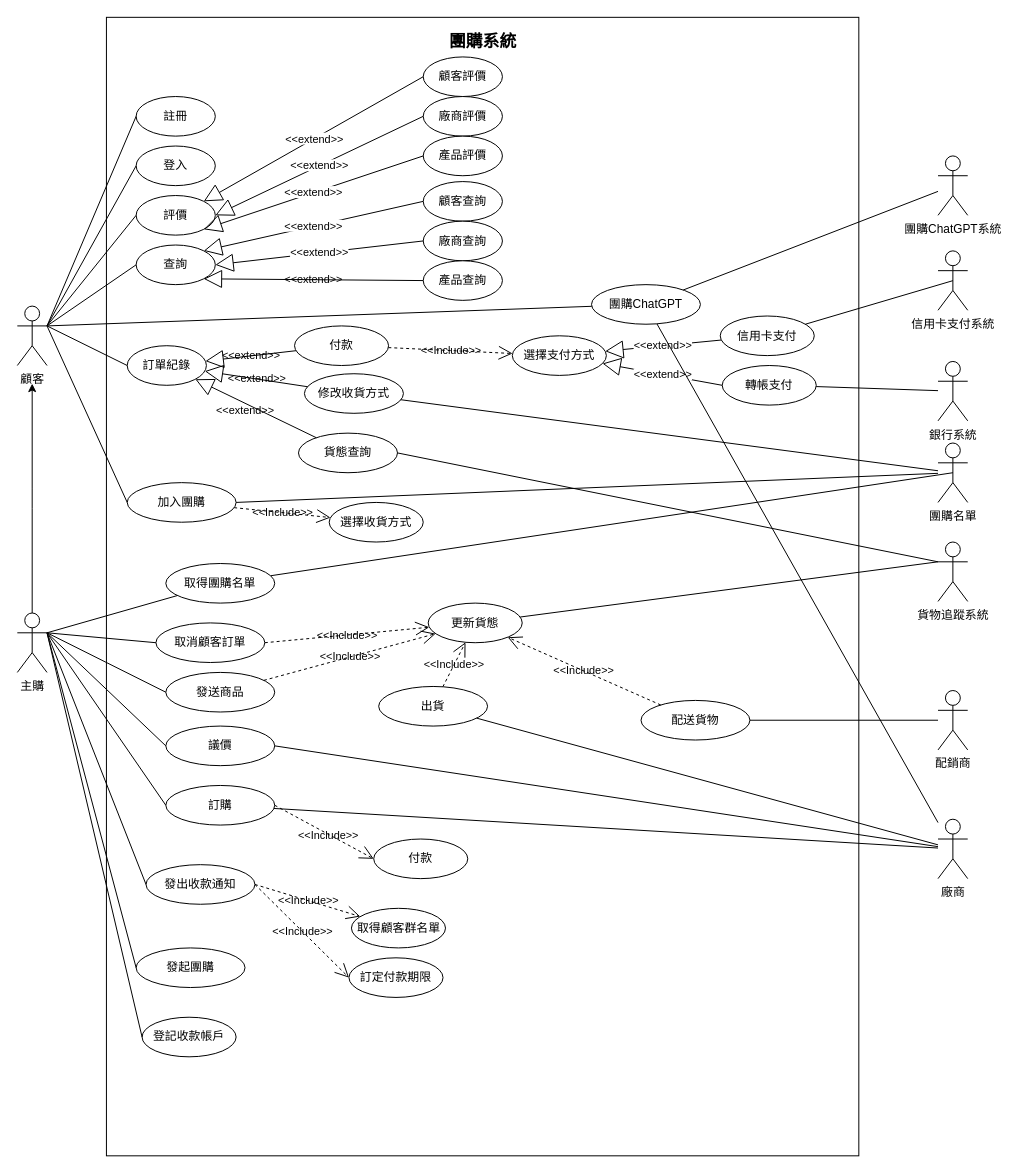
Miinteaa/Miinteaa keeps this draw.io diagram as 未命名绘图.drawio. Above is the earlier version. Source tidied: cells renumbered, new cells numbered last; positions are measured from the earlier drawing's top-left corner, leaving out a move shared by most shapes. Both pictures are drawn from the tidied source at 99%, with x=0, y=0 at pixel (17, 17).
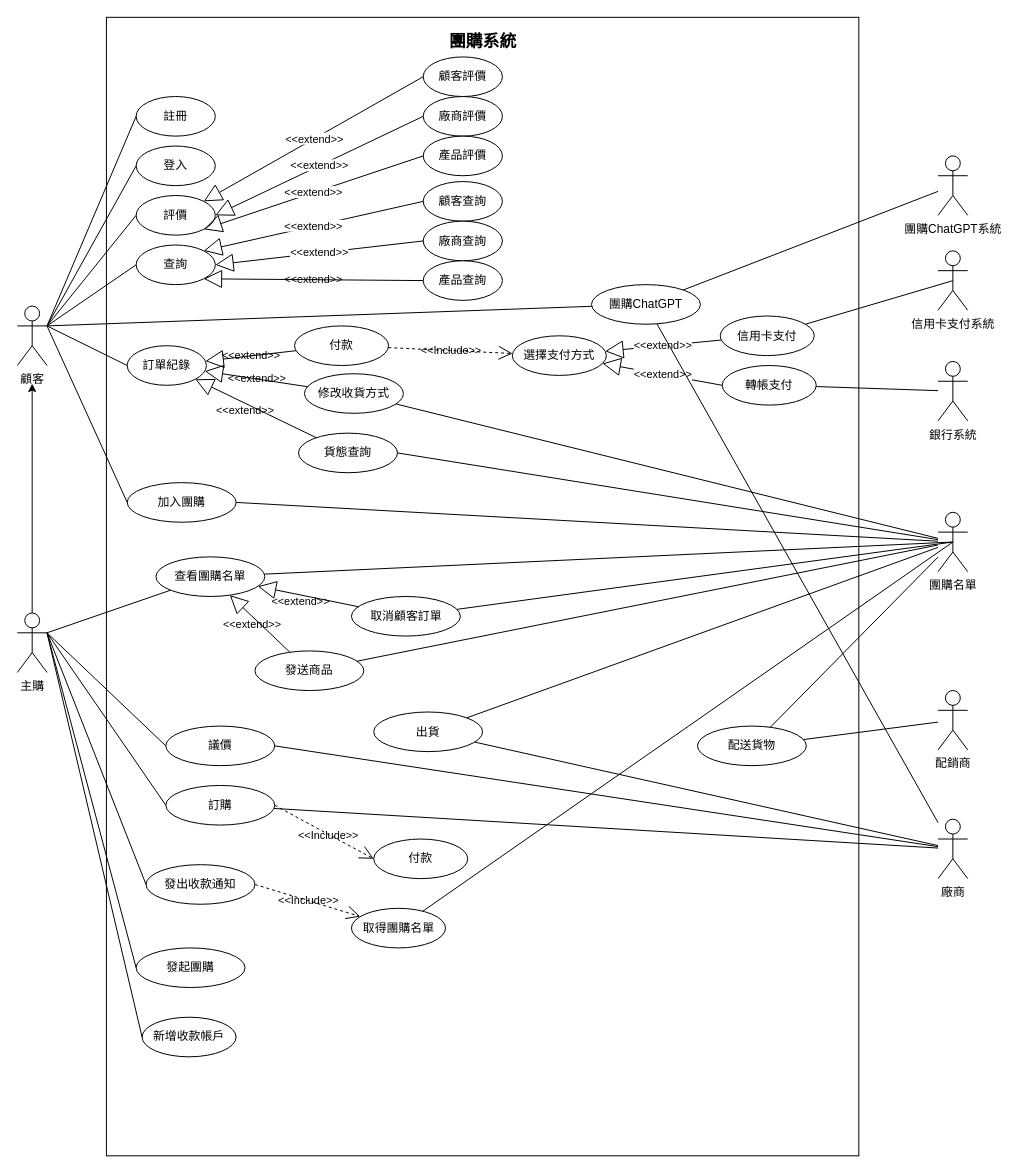
Above is the later version.

Commit message:
更新未命名绘图.drawio

The change refers to these unchanged cells:
```xml
<mxCell id="5" value="主購" style="shape=umlActor;verticalLabelPosition=bottom;verticalAlign=top;html=1;outlineConnect=0;labelBackgroundColor=none;rounded=1;" parent="1" vertex="1">
  <mxGeometry y="601.7" width="30" height="60" as="geometry" />
</mxCell>
<mxCell id="29" value="加入團購" style="ellipse;whiteSpace=wrap;html=1;labelBackgroundColor=none;rounded=1;" parent="1" vertex="1">
  <mxGeometry x="111" y="470" width="110" height="40" as="geometry" />
</mxCell>
<mxCell id="31" value="發出收款通知" style="ellipse;whiteSpace=wrap;html=1;labelBackgroundColor=none;rounded=1;" parent="1" vertex="1">
  <mxGeometry x="130" y="855.9" width="110" height="40" as="geometry" />
</mxCell>
<mxCell id="67" value="貨態查詢" style="ellipse;whiteSpace=wrap;html=1;labelBackgroundColor=none;rounded=1;" parent="1" vertex="1">
  <mxGeometry x="284" y="420" width="100" height="40" as="geometry" />
</mxCell>
```

Change to the diagram source:
```diff
@@
-    <mxCell id="33" value="取得顧客群名單" style="ellipse;whiteSpace=wrap;html=1;labelBackgroundColor=none;rounded=1;" parent="1" vertex="1">
+    <mxCell id="33" value="取得團購名單" style="ellipse;whiteSpace=wrap;html=1;labelBackgroundColor=none;rounded=1;" parent="1" vertex="1">
       <mxGeometry x="337.5" y="900" width="95" height="40" as="geometry" />
     </mxCell>
@@
-    <mxCell id="43" value="登記收款帳戶" style="ellipse;whiteSpace=wrap;html=1;labelBackgroundColor=none;rounded=1;" parent="1" vertex="1">
+    <mxCell id="43" value="新增收款帳戶" style="ellipse;whiteSpace=wrap;html=1;labelBackgroundColor=none;rounded=1;" parent="1" vertex="1">
       <mxGeometry x="126" y="1010" width="95" height="40" as="geometry" />
     </mxCell>
@@
-    <mxCell id="50" value="訂定付款期限" style="ellipse;whiteSpace=wrap;html=1;labelBackgroundColor=none;rounded=1;" parent="1" vertex="1">
-      <mxGeometry x="335" y="950" width="95" height="40" as="geometry" />
-    </mxCell>
-    <mxCell id="51" value="&amp;lt;&amp;lt;Include&amp;gt;&amp;gt;" style="endArrow=open;endSize=12;dashed=1;html=1;rounded=1;exitX=1;exitY=0.5;exitDx=0;exitDy=0;entryX=0;entryY=0.5;entryDx=0;entryDy=0;labelBackgroundColor=none;fontColor=default;" parent="1" edge="1" source="31" target="50">
-      <mxGeometry relative="1" as="geometry" />
-    </mxCell>
@@
     <mxCell id="54" value="出貨" style="ellipse;whiteSpace=wrap;html=1;labelBackgroundColor=none;rounded=1;" parent="1" vertex="1">
-      <mxGeometry x="365" y="675.9" width="110" height="40" as="geometry" />
+      <mxGeometry x="360" y="701.7" width="110" height="40" as="geometry" />
     </mxCell>
@@
     <mxCell id="57" value="配送貨物" style="ellipse;whiteSpace=wrap;html=1;labelBackgroundColor=none;rounded=1;" parent="1" vertex="1">
-      <mxGeometry x="630" y="690" width="110" height="40" as="geometry" />
+      <mxGeometry x="687" y="715.9" width="110" height="40" as="geometry" />
     </mxCell>
@@
     <mxCell id="59" value="發送商品" style="ellipse;whiteSpace=wrap;html=1;labelBackgroundColor=none;rounded=1;" parent="1" vertex="1">
-      <mxGeometry x="150" y="661.7" width="110" height="40" as="geometry" />
+      <mxGeometry x="240" y="640" width="110" height="40" as="geometry" />
     </mxCell>
-    <mxCell id="60" style="endArrow=none;html=1;rounded=1;entryX=1;entryY=0.3333333333333333;entryDx=0;entryDy=0;entryPerimeter=0;exitX=0;exitY=0.5;exitDx=0;exitDy=0;labelBackgroundColor=none;fontColor=default;" parent="1" edge="1" source="59" target="5">
-      <mxGeometry relative="1" as="geometry" />
-    </mxCell>
-    <mxCell id="61" value="選擇收貨方式" style="ellipse;whiteSpace=wrap;html=1;labelBackgroundColor=none;rounded=1;" parent="1" vertex="1">
-      <mxGeometry x="315" y="490" width="95" height="40" as="geometry" />
-    </mxCell>
-    <mxCell id="62" value="&amp;lt;&amp;lt;Include&amp;gt;&amp;gt;" style="endArrow=open;endSize=12;dashed=1;html=1;rounded=1;labelBackgroundColor=none;fontColor=default;" parent="1" edge="1" source="29" target="61">
-      <mxGeometry relative="1" as="geometry" />
-    </mxCell>
     <mxCell id="63" value="取消顧客訂單" style="ellipse;whiteSpace=wrap;html=1;labelBackgroundColor=none;rounded=1;" parent="1" vertex="1">
-      <mxGeometry x="140" y="611.7" width="110" height="40" as="geometry" />
+      <mxGeometry x="337.5" y="585" width="110" height="40" as="geometry" />
     </mxCell>
-    <mxCell id="64" style="endArrow=none;html=1;rounded=1;entryX=1;entryY=0.3333333333333333;entryDx=0;entryDy=0;entryPerimeter=0;exitX=0;exitY=0.5;exitDx=0;exitDy=0;labelBackgroundColor=none;fontColor=default;" parent="1" edge="1" source="63" target="5">
-      <mxGeometry relative="1" as="geometry" />
-    </mxCell>
@@
-    <mxCell id="69" value="貨物追蹤系統" style="shape=umlActor;verticalLabelPosition=bottom;verticalAlign=top;html=1;outlineConnect=0;labelBackgroundColor=none;rounded=1;" parent="1" vertex="1">
-      <mxGeometry x="930" y="530" width="30" height="60" as="geometry" />
-    </mxCell>
-    <mxCell id="70" style="endArrow=none;html=1;rounded=1;exitX=0;exitY=0.3333333333333333;exitDx=0;exitDy=0;entryX=1;entryY=0.5;entryDx=0;entryDy=0;exitPerimeter=0;labelBackgroundColor=none;fontColor=default;" parent="1" edge="1" source="69" target="67">
+    <mxCell id="70" style="endArrow=none;html=1;rounded=1;entryX=1;entryY=0.5;entryDx=0;entryDy=0;labelBackgroundColor=none;fontColor=default;" parent="1" edge="1" source="83" target="67">
       <mxGeometry relative="1" as="geometry" />
     </mxCell>
-    <mxCell id="71" value="更新貨態" style="ellipse;whiteSpace=wrap;html=1;labelBackgroundColor=none;rounded=1;" parent="1" vertex="1">
-      <mxGeometry x="415" y="591.7" width="95" height="40" as="geometry" />
-    </mxCell>
-    <mxCell id="72" value="&amp;lt;&amp;lt;Include&amp;gt;&amp;gt;" style="endArrow=open;endSize=12;dashed=1;html=1;rounded=1;labelBackgroundColor=none;fontColor=default;" parent="1" edge="1" source="54" target="71">
-      <mxGeometry relative="1" as="geometry" />
-    </mxCell>
-    <mxCell id="73" value="&amp;lt;&amp;lt;Include&amp;gt;&amp;gt;" style="endArrow=open;endSize=12;dashed=1;html=1;rounded=1;exitX=1;exitY=0.5;exitDx=0;exitDy=0;labelBackgroundColor=none;fontColor=default;" parent="1" edge="1" source="63" target="71">
-      <mxGeometry relative="1" as="geometry" />
-    </mxCell>
-    <mxCell id="74" value="&amp;lt;&amp;lt;Include&amp;gt;&amp;gt;" style="endArrow=open;endSize=12;dashed=1;html=1;rounded=1;labelBackgroundColor=none;fontColor=default;" parent="1" edge="1" source="59" target="71">
-      <mxGeometry relative="1" as="geometry" />
-    </mxCell>
-    <mxCell id="75" value="&amp;lt;&amp;lt;Include&amp;gt;&amp;gt;" style="endArrow=open;endSize=12;dashed=1;html=1;rounded=1;labelBackgroundColor=none;fontColor=default;" parent="1" edge="1" source="57" target="71">
-      <mxGeometry relative="1" as="geometry" />
-    </mxCell>
@@
-    <mxCell id="78" style="endArrow=none;html=1;rounded=1;entryX=0;entryY=0.3333333333333333;entryDx=0;entryDy=0;entryPerimeter=0;labelBackgroundColor=none;fontColor=default;" parent="1" edge="1" source="71" target="69">
+    <mxCell id="78" style="endArrow=none;html=1;rounded=1;labelBackgroundColor=none;fontColor=default;" parent="1" edge="1" source="54" target="83">
       <mxGeometry relative="1" as="geometry" />
     </mxCell>
@@
     <mxCell id="83" value="團購名單" style="shape=umlActor;verticalLabelPosition=bottom;verticalAlign=top;html=1;outlineConnect=0;labelBackgroundColor=none;rounded=1;" parent="1" vertex="1">
-      <mxGeometry x="930" y="430" width="30" height="60" as="geometry" />
+      <mxGeometry x="930" y="500" width="30" height="60" as="geometry" />
     </mxCell>
@@
-    <mxCell id="87" value="取得團購名單" style="ellipse;whiteSpace=wrap;html=1;labelBackgroundColor=none;rounded=1;" parent="1" vertex="1">
-      <mxGeometry x="150" y="551.7" width="110" height="40" as="geometry" />
+    <mxCell id="87" value="查看團購名單" style="ellipse;whiteSpace=wrap;html=1;labelBackgroundColor=none;rounded=1;" parent="1" vertex="1">
+      <mxGeometry x="140" y="545" width="110" height="40" as="geometry" />
     </mxCell>
@@
+    <mxCell id="96" style="endArrow=none;html=1;rounded=1;labelBackgroundColor=none;fontColor=default;entryX=0.5;entryY=0.5;entryDx=0;entryDy=0;entryPerimeter=0;" parent="1" edge="1" source="33" target="83">
+      <mxGeometry relative="1" as="geometry" />
+    </mxCell>
+    <mxCell id="97" style="endArrow=none;html=1;rounded=1;exitX=0.5;exitY=0.5;exitDx=0;exitDy=0;exitPerimeter=0;labelBackgroundColor=none;fontColor=default;" parent="1" edge="1" source="83" target="63">
+      <mxGeometry relative="1" as="geometry" />
+    </mxCell>
+    <mxCell id="98" value="&amp;lt;&amp;lt;extend&amp;gt;&amp;gt;" style="endArrow=block;endSize=16;endFill=0;html=1;rounded=1;labelBackgroundColor=none;fontColor=default;" parent="1" edge="1" source="63" target="87">
+      <mxGeometry x="0.13" y="6" relative="1" as="geometry" />
+    </mxCell>
+    <mxCell id="99" value="&amp;lt;&amp;lt;extend&amp;gt;&amp;gt;" style="endArrow=block;endSize=16;endFill=0;html=1;rounded=1;labelBackgroundColor=none;fontColor=default;" parent="1" edge="1" source="59" target="87">
+      <mxGeometry x="0.13" y="6" relative="1" as="geometry" />
+    </mxCell>
+    <mxCell id="100" style="endArrow=none;html=1;rounded=1;labelBackgroundColor=none;fontColor=default;" parent="1" edge="1" source="57" target="83">
+      <mxGeometry relative="1" as="geometry" />
+    </mxCell>
+    <mxCell id="101" style="endArrow=none;html=1;rounded=1;labelBackgroundColor=none;fontColor=default;" parent="1" edge="1" source="59" target="83">
+      <mxGeometry relative="1" as="geometry" />
+    </mxCell>
```
